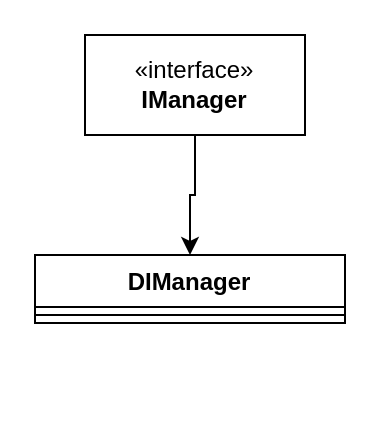
Earlier version of the draw.io diagram page "Page-1" (1 of 2) of diagrams/flow_diagrams.drawio (mharish12/hqueue). Source tidied: cells renumbered, new cells numbered last; positions are measured from the earlier drawing's top-left corner, leaving out a move shared by most shapes. Both pictures are drawn from the tidied source at 200%, with x=0, y=0 at pixel (34, 34).
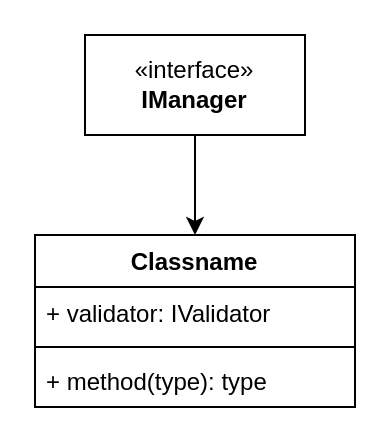
The same page after the edit.

What changed in the source:
```diff
@@
 <mxGraphModel>
   <root>
     <mxCell id="0" />
     <mxCell id="1" parent="0" />
-    <mxCell id="2" value="DIManager" style="swimlane;fontStyle=1;align=center;verticalAlign=top;horizontal=1;startSize=26;whiteSpace=wrap;html=1;" parent="1" vertex="1">
-      <mxGeometry y="110" width="155" height="34" as="geometry" />
-    </mxCell>
-    <mxCell id="3" style="line;strokeWidth=1;fillColor=none;align=left;verticalAlign=middle;spacingTop=-1;spacingLeft=3;spacingRight=3;labelPosition=right;strokeColor=inherit;" parent="2" vertex="1">
-      <mxGeometry y="26" width="155" height="8" as="geometry" />
-    </mxCell>
-    <mxCell id="4" style="edgeStyle=orthogonalEdgeStyle;rounded=0;jettySize=auto;html=1;entryX=0.5;entryY=0;entryDx=0;entryDy=0;" parent="1" edge="1" source="5" target="2">
-      <mxGeometry relative="1" as="geometry" />
-    </mxCell>
+    <mxCell id="6" style="edgeStyle=orthogonalEdgeStyle;rounded=0;jettySize=auto;html=1;entryX=0.5;entryY=0;entryDx=0;entryDy=0;" parent="1" edge="1" source="5" target="7">
+      <mxGeometry relative="1" as="geometry" />
+    </mxCell>
-    <mxCell id="5" value="«interface»&lt;br&gt;&lt;b&gt;IManager&lt;/b&gt;" style="html=1;whiteSpace=wrap;" parent="1" vertex="1">
+    <mxCell id="5" value="«interface»&lt;br&gt;&lt;b&gt;IManager&lt;br&gt;&lt;/b&gt;" style="html=1;whiteSpace=wrap;" parent="1" vertex="1">
       <mxGeometry x="25" width="110" height="50" as="geometry" />
     </mxCell>
+    <mxCell id="7" value="Classname" style="swimlane;fontStyle=1;align=center;verticalAlign=top;horizontal=1;startSize=26;whiteSpace=wrap;html=1;" parent="1" vertex="1">
+      <mxGeometry y="100" width="160" height="86" as="geometry" />
+    </mxCell>
+    <mxCell id="8" value="+ validator: IValidator" style="text;strokeColor=none;fillColor=none;align=left;verticalAlign=top;spacingLeft=4;spacingRight=4;overflow=hidden;whiteSpace=wrap;html=1;" parent="7" vertex="1">
+      <mxGeometry y="26" width="160" height="26" as="geometry" />
+    </mxCell>
+    <mxCell id="9" style="line;strokeWidth=1;fillColor=none;align=left;verticalAlign=middle;spacingTop=-1;spacingLeft=3;spacingRight=3;labelPosition=right;strokeColor=inherit;" parent="7" vertex="1">
+      <mxGeometry y="52" width="160" height="8" as="geometry" />
+    </mxCell>
+    <mxCell id="10" value="+ method(type): type" style="text;strokeColor=none;fillColor=none;align=left;verticalAlign=top;spacingLeft=4;spacingRight=4;overflow=hidden;whiteSpace=wrap;html=1;" parent="7" vertex="1">
+      <mxGeometry y="60" width="160" height="26" as="geometry" />
+    </mxCell>
   </root>
 </mxGraphModel>
```
